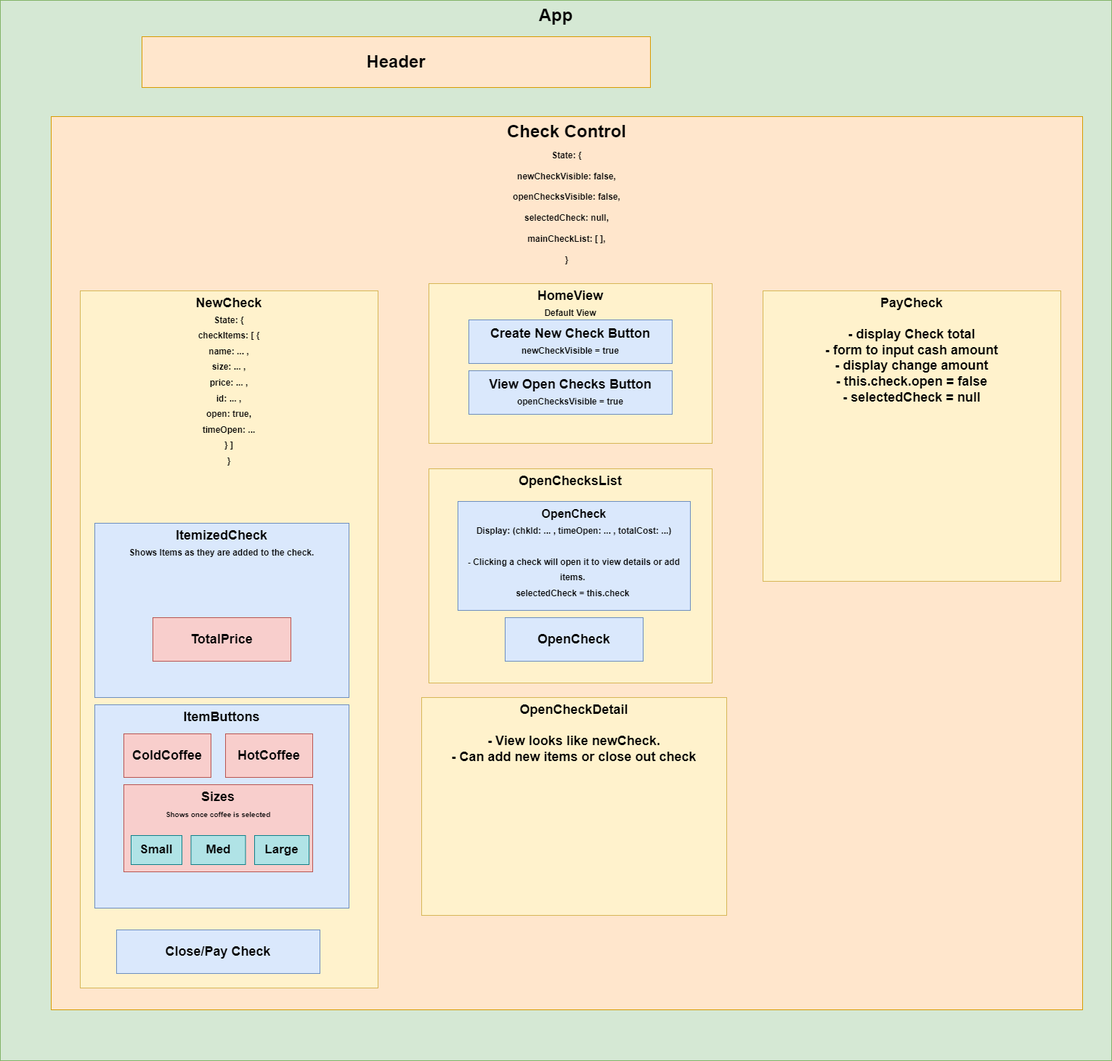
AaronDBoyd/CoffeeShop_POS keeps this draw.io diagram as v1CoffeeShopPOSDiagram.png. Above is the earlier version. Source tidied: cells renumbered, new cells last; positions are measured from the earlier drawing's top-left corner, leaving out a move shared by most shapes. Source of this version:
```xml
<mxGraphModel>
  <root>
    <mxCell id="0" />
    <mxCell id="1" parent="0" />
    <mxCell id="2" value="App" style="rounded=0;whiteSpace=wrap;html=1;fillColor=#d5e8d4;strokeColor=#82b366;fontStyle=1;verticalAlign=top;fontSize=24;" parent="1" vertex="1">
      <mxGeometry width="1530" height="1460" as="geometry" />
    </mxCell>
    <mxCell id="3" value="Header" style="rounded=0;whiteSpace=wrap;html=1;fontStyle=1;fontSize=24;fillColor=#ffe6cc;strokeColor=#d79b00;" parent="1" vertex="1">
      <mxGeometry x="195" y="50" width="700" height="70" as="geometry" />
    </mxCell>
    <mxCell id="4" value="Check Control&lt;br style=&quot;font-size: 23px;&quot;&gt;&lt;font style=&quot;font-size: 12px;&quot;&gt;State: {&lt;br&gt;newCheckVisible: false,&lt;br&gt;openChecksVisible: false,&lt;br&gt;selectedCheck: null,&lt;br&gt;mainCheckList: [ ],&lt;br&gt;}&lt;/font&gt;" style="rounded=0;whiteSpace=wrap;html=1;fontSize=24;fontStyle=1;verticalAlign=top;fillColor=#ffe6cc;strokeColor=#d79b00;" parent="1" vertex="1">
      <mxGeometry x="70" y="160" width="1420" height="1230" as="geometry" />
    </mxCell>
    <mxCell id="5" value="NewCheck&lt;br style=&quot;font-size: 17px;&quot;&gt;&lt;font style=&quot;font-size: 12px;&quot;&gt;&lt;font style=&quot;font-size: 12px;&quot;&gt;State: {&lt;br&gt;&lt;/font&gt;checkItems: [ {&lt;br&gt;name: ... ,&lt;br&gt;size: ... ,&lt;br&gt;price: ... ,&lt;br&gt;id: ... ,&lt;br&gt;open: true,&lt;br&gt;timeOpen: ...&lt;br&gt;} ]&lt;br&gt;}&lt;/font&gt;" style="rounded=0;whiteSpace=wrap;html=1;fontSize=18;fillColor=#fff2cc;strokeColor=#d6b656;fontStyle=1;verticalAlign=top;" parent="1" vertex="1">
      <mxGeometry x="110" y="400" width="410" height="960" as="geometry" />
    </mxCell>
    <mxCell id="6" value="ItemizedCheck&lt;br style=&quot;font-size: 17px;&quot;&gt;&lt;font style=&quot;font-size: 12px;&quot;&gt;Shows Items as they are added to the check.&lt;/font&gt;" style="rounded=0;whiteSpace=wrap;html=1;fontSize=18;fontStyle=1;verticalAlign=top;fillColor=#dae8fc;strokeColor=#6c8ebf;" parent="1" vertex="1">
      <mxGeometry x="130" y="720" width="350" height="240" as="geometry" />
    </mxCell>
    <mxCell id="7" value="TotalPrice" style="rounded=0;whiteSpace=wrap;html=1;fontSize=18;fontStyle=1;fillColor=#f8cecc;strokeColor=#b85450;" parent="1" vertex="1">
      <mxGeometry x="210" y="850" width="190" height="60" as="geometry" />
    </mxCell>
    <mxCell id="8" value="ItemButtons" style="rounded=0;whiteSpace=wrap;html=1;fontSize=18;fontStyle=1;verticalAlign=top;fillColor=#dae8fc;strokeColor=#6c8ebf;" parent="1" vertex="1">
      <mxGeometry x="130" y="970" width="350" height="280" as="geometry" />
    </mxCell>
    <mxCell id="9" value="ColdCoffee" style="rounded=0;whiteSpace=wrap;html=1;fontSize=18;fontStyle=1;fillColor=#f8cecc;strokeColor=#b85450;" parent="1" vertex="1">
      <mxGeometry x="170" y="1010" width="120" height="60" as="geometry" />
    </mxCell>
    <mxCell id="10" value="&lt;b&gt;HotCoffee&lt;/b&gt;" style="rounded=0;whiteSpace=wrap;html=1;fontSize=18;fillColor=#f8cecc;strokeColor=#b85450;" parent="1" vertex="1">
      <mxGeometry x="310" y="1010" width="120" height="60" as="geometry" />
    </mxCell>
    <mxCell id="11" value="Sizes&lt;br style=&quot;font-size: 17px;&quot;&gt;&lt;font size=&quot;1&quot;&gt;Shows once coffee is selected&lt;/font&gt;" style="rounded=0;whiteSpace=wrap;html=1;fontSize=18;fontStyle=1;verticalAlign=top;fillColor=#f8cecc;strokeColor=#b85450;" parent="1" vertex="1">
      <mxGeometry x="170" y="1080" width="260" height="120" as="geometry" />
    </mxCell>
    <mxCell id="12" value="Small" style="rounded=0;whiteSpace=wrap;html=1;fontSize=17;fontStyle=1;fillColor=#b0e3e6;strokeColor=#0e8088;" parent="1" vertex="1">
      <mxGeometry x="180" y="1150" width="70" height="40" as="geometry" />
    </mxCell>
    <mxCell id="13" value="Med" style="rounded=0;whiteSpace=wrap;html=1;fontSize=17;fontStyle=1;fillColor=#b0e3e6;strokeColor=#0e8088;" parent="1" vertex="1">
      <mxGeometry x="262.5" y="1150" width="75" height="40" as="geometry" />
    </mxCell>
    <mxCell id="14" value="Large" style="rounded=0;whiteSpace=wrap;html=1;fontSize=17;fontStyle=1;fillColor=#b0e3e6;strokeColor=#0e8088;" parent="1" vertex="1">
      <mxGeometry x="350" y="1150" width="75" height="40" as="geometry" />
    </mxCell>
    <mxCell id="15" value="HomeView&lt;br style=&quot;font-size: 17px;&quot;&gt;&lt;font style=&quot;font-size: 12px;&quot;&gt;Default View&lt;/font&gt;" style="rounded=0;whiteSpace=wrap;html=1;fontSize=18;fontStyle=1;verticalAlign=top;fillColor=#fff2cc;strokeColor=#d6b656;" parent="1" vertex="1">
      <mxGeometry x="590" y="390" width="390" height="220" as="geometry" />
    </mxCell>
    <mxCell id="16" value="Create New Check Button&lt;br style=&quot;font-size: 17px;&quot;&gt;&lt;span style=&quot;font-size: 12px;&quot;&gt;newCheckVisible = true&lt;/span&gt;" style="rounded=0;whiteSpace=wrap;html=1;fontSize=18;fontStyle=1;fillColor=#dae8fc;strokeColor=#6c8ebf;" parent="1" vertex="1">
      <mxGeometry x="645" y="440" width="280" height="60" as="geometry" />
    </mxCell>
    <mxCell id="17" value="View Open Checks Button&lt;br style=&quot;font-size: 17px;&quot;&gt;&lt;font style=&quot;font-size: 12px;&quot;&gt;openChecksVisible = true&lt;/font&gt;" style="rounded=0;whiteSpace=wrap;html=1;fontSize=18;fontStyle=1;verticalAlign=middle;fillColor=#dae8fc;strokeColor=#6c8ebf;" parent="1" vertex="1">
      <mxGeometry x="645" y="510" width="280" height="60" as="geometry" />
    </mxCell>
    <mxCell id="18" value="OpenChecksList" style="rounded=0;whiteSpace=wrap;html=1;fontSize=18;fontStyle=1;verticalAlign=top;fillColor=#fff2cc;strokeColor=#d6b656;" parent="1" vertex="1">
      <mxGeometry x="590" y="645" width="390" height="295" as="geometry" />
    </mxCell>
    <mxCell id="19" value="&lt;b style=&quot;&quot;&gt;&lt;font style=&quot;font-size: 16px;&quot;&gt;OpenCheck&lt;/font&gt;&lt;br&gt;&lt;span style=&quot;font-size: 12px;&quot;&gt;Display: (chkId: ... ,&amp;nbsp;&lt;/span&gt;&lt;span style=&quot;font-size: 12px;&quot;&gt;timeOpen: ... ,&amp;nbsp;&lt;/span&gt;&lt;span style=&quot;font-size: 12px;&quot;&gt;totalCost: ...)&lt;br&gt;&lt;/span&gt;&lt;br&gt;&lt;span style=&quot;font-size: 12px;&quot;&gt;- Clicking a check will open it to view details or add items. &lt;/span&gt;&lt;br&gt;&lt;span style=&quot;font-size: 12px;&quot;&gt;selectedCheck = this.check&amp;nbsp;&lt;/span&gt;&lt;br&gt;&lt;/b&gt;" style="rounded=0;whiteSpace=wrap;html=1;fontSize=18;verticalAlign=top;fillColor=#dae8fc;strokeColor=#6c8ebf;" parent="1" vertex="1">
      <mxGeometry x="630" y="690" width="320" height="150" as="geometry" />
    </mxCell>
    <mxCell id="20" value="OpenCheck" style="rounded=0;whiteSpace=wrap;html=1;fontSize=18;fillColor=#dae8fc;strokeColor=#6c8ebf;fontStyle=1;" parent="1" vertex="1">
      <mxGeometry x="695" y="850" width="190" height="60" as="geometry" />
    </mxCell>
    <mxCell id="21" value="OpenCheckDetail&lt;br&gt;&lt;br&gt;- View looks like newCheck.&lt;br&gt;- Can add new items or close out check" style="rounded=0;whiteSpace=wrap;html=1;fontSize=18;fontStyle=1;verticalAlign=top;fillColor=#fff2cc;strokeColor=#d6b656;" parent="1" vertex="1">
      <mxGeometry x="580" y="960" width="420" height="300" as="geometry" />
    </mxCell>
    <mxCell id="22" value="Close/Pay Check" style="rounded=0;whiteSpace=wrap;html=1;fontSize=18;fontStyle=1;fillColor=#dae8fc;strokeColor=#6c8ebf;" parent="1" vertex="1">
      <mxGeometry x="160" y="1280" width="280" height="60" as="geometry" />
    </mxCell>
    <mxCell id="23" value="PayCheck&lt;br&gt;&lt;br&gt;- display Check total&lt;br&gt;- form to input cash amount&lt;br&gt;- display change amount&lt;br&gt;- this.check.open = false&lt;br&gt;- selectedCheck = null" style="rounded=0;whiteSpace=wrap;html=1;fontSize=18;fillColor=#fff2cc;strokeColor=#d6b656;fontStyle=1;verticalAlign=top;" parent="1" vertex="1">
      <mxGeometry x="1050" y="400" width="410" height="400" as="geometry" />
    </mxCell>
  </root>
</mxGraphModel>
```
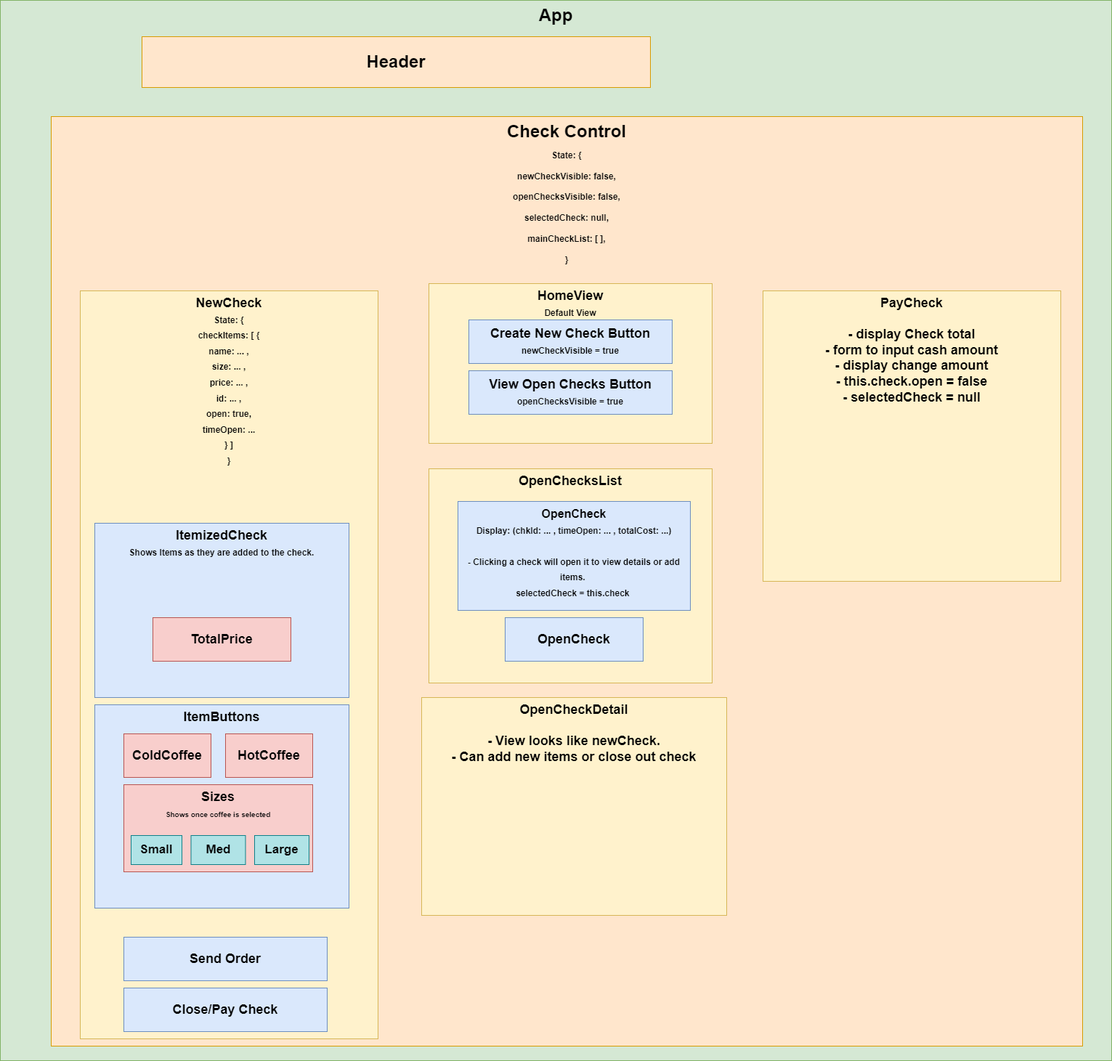
After the commit.

What changed in the source:
```diff
@@ -9,10 +9,10 @@
       <mxGeometry x="195" y="50" width="700" height="70" as="geometry" />
     </mxCell>
     <mxCell id="4" value="Check Control&lt;br style=&quot;font-size: 23px;&quot;&gt;&lt;font style=&quot;font-size: 12px;&quot;&gt;State: {&lt;br&gt;newCheckVisible: false,&lt;br&gt;openChecksVisible: false,&lt;br&gt;selectedCheck: null,&lt;br&gt;mainCheckList: [ ],&lt;br&gt;}&lt;/font&gt;" style="rounded=0;whiteSpace=wrap;html=1;fontSize=24;fontStyle=1;verticalAlign=top;fillColor=#ffe6cc;strokeColor=#d79b00;" parent="1" vertex="1">
-      <mxGeometry x="70" y="160" width="1420" height="1230" as="geometry" />
+      <mxGeometry x="70" y="160" width="1420" height="1280" as="geometry" />
     </mxCell>
     <mxCell id="5" value="NewCheck&lt;br style=&quot;font-size: 17px;&quot;&gt;&lt;font style=&quot;font-size: 12px;&quot;&gt;&lt;font style=&quot;font-size: 12px;&quot;&gt;State: {&lt;br&gt;&lt;/font&gt;checkItems: [ {&lt;br&gt;name: ... ,&lt;br&gt;size: ... ,&lt;br&gt;price: ... ,&lt;br&gt;id: ... ,&lt;br&gt;open: true,&lt;br&gt;timeOpen: ...&lt;br&gt;} ]&lt;br&gt;}&lt;/font&gt;" style="rounded=0;whiteSpace=wrap;html=1;fontSize=18;fillColor=#fff2cc;strokeColor=#d6b656;fontStyle=1;verticalAlign=top;" parent="1" vertex="1">
-      <mxGeometry x="110" y="400" width="410" height="960" as="geometry" />
+      <mxGeometry x="110" y="400" width="410" height="1030" as="geometry" />
     </mxCell>
     <mxCell id="6" value="ItemizedCheck&lt;br style=&quot;font-size: 17px;&quot;&gt;&lt;font style=&quot;font-size: 12px;&quot;&gt;Shows Items as they are added to the check.&lt;/font&gt;" style="rounded=0;whiteSpace=wrap;html=1;fontSize=18;fontStyle=1;verticalAlign=top;fillColor=#dae8fc;strokeColor=#6c8ebf;" parent="1" vertex="1">
       <mxGeometry x="130" y="720" width="350" height="240" as="geometry" />
@@ -63,10 +63,13 @@
       <mxGeometry x="580" y="960" width="420" height="300" as="geometry" />
     </mxCell>
     <mxCell id="22" value="Close/Pay Check" style="rounded=0;whiteSpace=wrap;html=1;fontSize=18;fontStyle=1;fillColor=#dae8fc;strokeColor=#6c8ebf;" parent="1" vertex="1">
-      <mxGeometry x="160" y="1280" width="280" height="60" as="geometry" />
+      <mxGeometry x="170" y="1360" width="280" height="60" as="geometry" />
     </mxCell>
     <mxCell id="23" value="PayCheck&lt;br&gt;&lt;br&gt;- display Check total&lt;br&gt;- form to input cash amount&lt;br&gt;- display change amount&lt;br&gt;- this.check.open = false&lt;br&gt;- selectedCheck = null" style="rounded=0;whiteSpace=wrap;html=1;fontSize=18;fillColor=#fff2cc;strokeColor=#d6b656;fontStyle=1;verticalAlign=top;" parent="1" vertex="1">
       <mxGeometry x="1050" y="400" width="410" height="400" as="geometry" />
     </mxCell>
+    <mxCell id="24" value="Send Order" style="rounded=0;whiteSpace=wrap;html=1;fontSize=18;fontStyle=1;fillColor=#dae8fc;strokeColor=#6c8ebf;" parent="1" vertex="1">
+      <mxGeometry x="170" y="1290" width="280" height="60" as="geometry" />
+    </mxCell>
   </root>
 </mxGraphModel>
```
